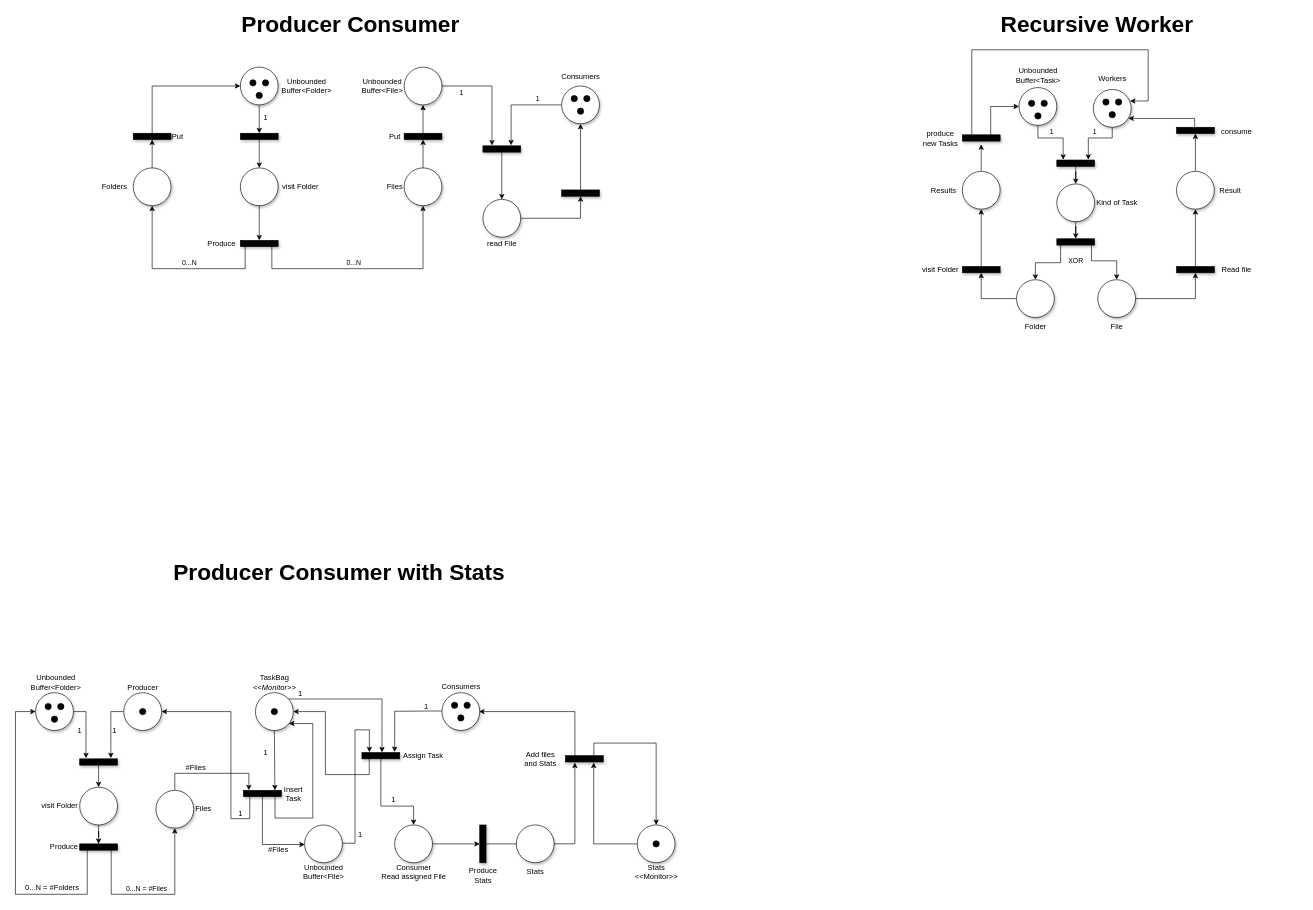
This is report/pcd-schemas.drawio from manuandru/pcd-assignment-01, a draw.io file, before an edit. Source tidied: cells renumbered, new cells numbered last; positions are measured from the earlier drawing's top-left corner, leaving out a move shared by most shapes. Both pictures are drawn from the tidied source at 63%, with x=0, y=0 at pixel (15, 14).
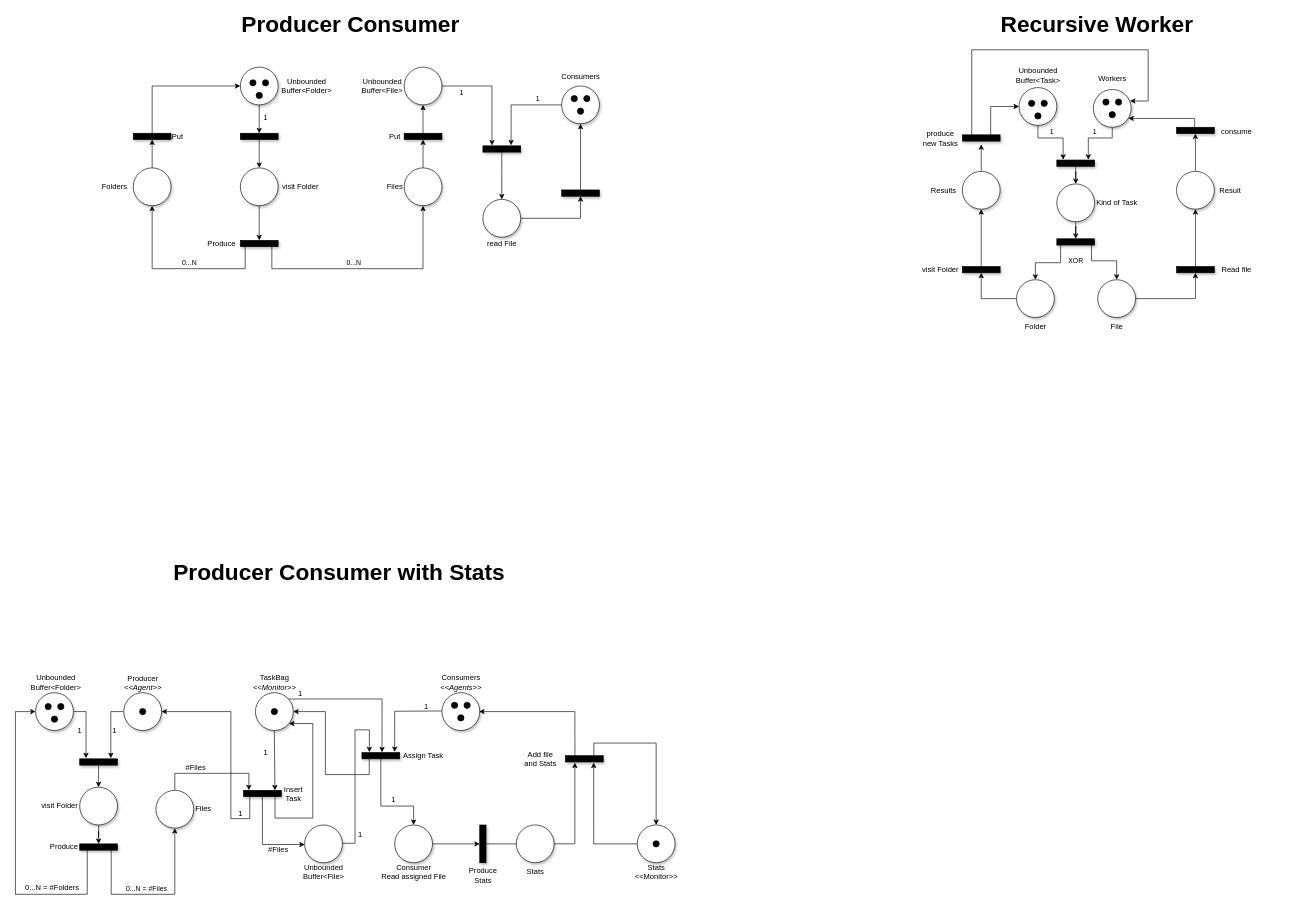
Above is the later version.

Change to the diagram source:
```diff
@@
-    <mxCell id="123" value="Consumers&lt;br&gt;" style="text;html=1;align=center;verticalAlign=middle;strokeColor=none;fillColor=none;" parent="1" vertex="1">
-      <mxGeometry x="667" y="1051" width="80" height="30" as="geometry" />
+    <mxCell id="123" value="Consumers&lt;br&gt;&lt;i&gt;&amp;lt;&amp;lt;Agents&amp;gt;&amp;gt;&lt;/i&gt;" style="text;html=1;align=center;verticalAlign=middle;strokeColor=none;fillColor=none;" parent="1" vertex="1">
+      <mxGeometry x="662" y="1040" width="90" height="40" as="geometry" />
     </mxCell>
@@
-    <mxCell id="150" value="Producer" style="text;html=1;align=center;verticalAlign=middle;strokeColor=none;fillColor=none;" parent="1" vertex="1">
-      <mxGeometry x="167" y="1053" width="70" height="30" as="geometry" />
+    <mxCell id="150" value="Producer&lt;br&gt;&lt;i&gt;&amp;lt;&amp;lt;Agent&amp;gt;&amp;gt;&lt;/i&gt;" style="text;html=1;align=center;verticalAlign=middle;strokeColor=none;fillColor=none;" parent="1" vertex="1">
+      <mxGeometry x="162" y="1041" width="80" height="40" as="geometry" />
     </mxCell>
@@
-    <mxCell id="170" value="Add files &lt;br&gt;and Stats" style="text;html=1;align=center;verticalAlign=middle;strokeColor=none;fillColor=none;" parent="1" vertex="1">
+    <mxCell id="170" value="Add file&lt;br&gt;and Stats" style="text;html=1;align=center;verticalAlign=middle;strokeColor=none;fillColor=none;" parent="1" vertex="1">
       <mxGeometry x="798" y="1160.9" width="70" height="40" as="geometry" />
     </mxCell>
```
